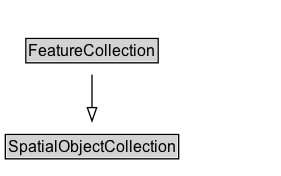
Above: docs/diagrams/FeatureCollection.dot.png in ISO-TC204/ontology-import-geo (Graphviz), before the change. Its source is kept beside it as docs/diagrams/FeatureCollection.dot. Source of this version:
```dot
digraph {
	graph [overlap=false rankdir=TB splines=true]
	node [fontname=Arial fontsize=12 margin=0 shape=none]
	edge [fontname=Arial fontsize=11]
	FeatureCollection [label=<<TABLE BORDER="1" CELLBORDER="0" CELLSPACING="0" CELLPADDING="1"><TR><TD BGCOLOR="lightgray" ALIGN="CENTER">FeatureCollection</TD></TR></TABLE>> URL="../FeatureCollection" margin=0]
	{
		rank=max
	}
	subgraph cluster_associated {
		label="" style=invis
		Invis [label=<<TABLE BORDER="0" CELLBORDER="0" CELLSPACING="0" CELLPADDING="1"><TR><TD></TD></TR></TABLE>> margin=0 style=invis]
	}
	SpatialObjectCollection [label=<<TABLE BORDER="1" CELLBORDER="0" CELLSPACING="0" CELLPADDING="1"><TR><TD BGCOLOR="lightgray" ALIGN="CENTER">SpatialObjectCollection</TD></TR></TABLE>> URL="../SpatialObjectCollection" margin=0]
	FeatureCollection -> SpatialObjectCollection [arrowhead=onormal style=solid]
}
```
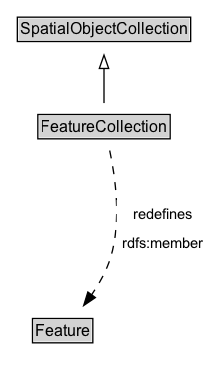
Later version of the same file.

Change to the diagram source:
```diff
@@ -2,6 +2,10 @@
 	graph [overlap=false rankdir=TB splines=true]
 	node [fontname=Arial fontsize=12 margin=0 shape=none]
 	edge [fontname=Arial fontsize=11]
+	{
+		rank=source
+		SpatialObjectCollection [label=<<TABLE BORDER="1" CELLBORDER="0" CELLSPACING="0" CELLPADDING="1"><TR><TD BGCOLOR="lightgray" ALIGN="CENTER">SpatialObjectCollection</TD></TR></TABLE>> URL="../SpatialObjectCollection" margin=0]
+	}
 	FeatureCollection [label=<<TABLE BORDER="1" CELLBORDER="0" CELLSPACING="0" CELLPADDING="1"><TR><TD BGCOLOR="lightgray" ALIGN="CENTER">FeatureCollection</TD></TR></TABLE>> URL="../FeatureCollection" margin=0]
 	{
 		rank=max
@@ -9,7 +13,11 @@
 	subgraph cluster_associated {
 		label="" style=invis
 		Invis [label=<<TABLE BORDER="0" CELLBORDER="0" CELLSPACING="0" CELLPADDING="1"><TR><TD></TD></TR></TABLE>> margin=0 style=invis]
+		Feature [label=<<TABLE BORDER="1" CELLBORDER="0" CELLSPACING="0" CELLPADDING="1"><TR><TD BGCOLOR="lightgray" ALIGN="CENTER">Feature</TD></TR></TABLE>> URL="../Feature" margin=0]
 	}
-	SpatialObjectCollection [label=<<TABLE BORDER="1" CELLBORDER="0" CELLSPACING="0" CELLPADDING="1"><TR><TD BGCOLOR="lightgray" ALIGN="CENTER">SpatialObjectCollection</TD></TR></TABLE>> URL="../SpatialObjectCollection" margin=0]
 	FeatureCollection -> SpatialObjectCollection [arrowhead=onormal style=solid]
+	FeatureCollection -> Invis [style=invis]
+	Invis -> Feature [style=invis]
+	Feature [label=<<TABLE BORDER="1" CELLBORDER="0" CELLSPACING="0" CELLPADDING="1"><TR><TD BGCOLOR="lightgray" ALIGN="CENTER">Feature</TD></TR></TABLE>> URL="../Feature" margin=0]
+	FeatureCollection -> Feature [label=<<TABLE BORDER="0" CELLBORDER="0" CELLSPACING="0" CELLPADDING="4" BGCOLOR="white"><TR><TD ALIGN="CENTER">redefines</TD></TR><TR><TD ALIGN="CENTER">rdfs:member</TD></TR></TABLE>> arrowhead=normal style=dashed]
 }
```
